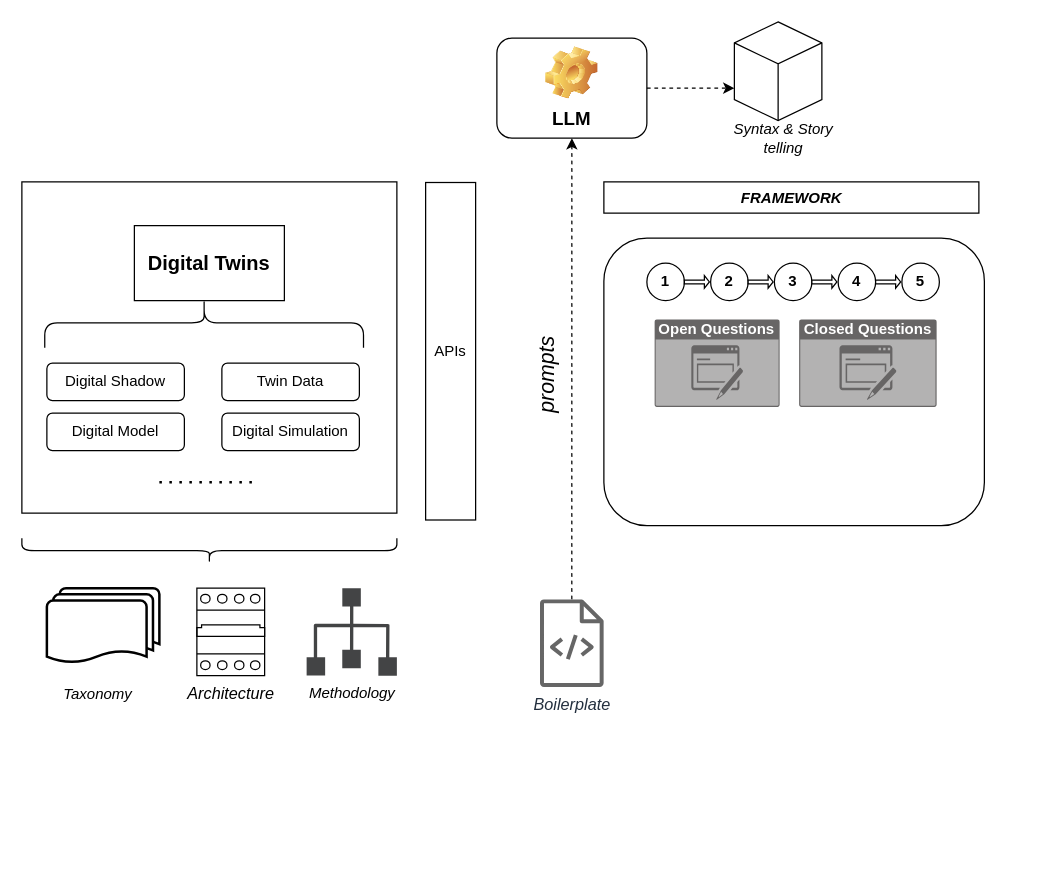
Above: drawio/mams/dd-twins/DDTwins_Architecture.drawio in scrodrig/Diagrams (draw.io), before the change. Source tidied: cells renumbered, new cells numbered last; positions are measured from the earlier drawing's top-left corner, leaving out a move shared by most shapes. Both pictures are drawn from the tidied source at 125%, with x=0, y=0 at pixel (21, 21).
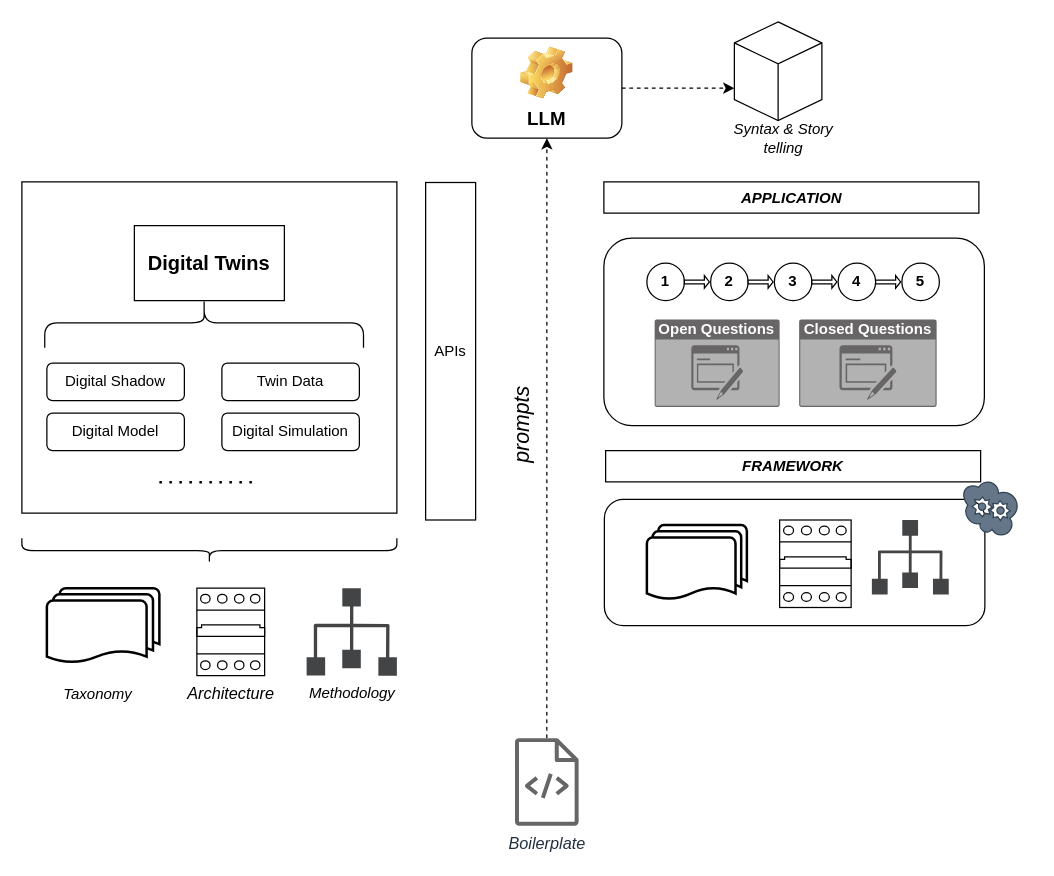
Above is the later version.

The edit, as a diff of the source:
```diff
@@
     <mxCell id="15" value="&lt;font style=&quot;font-size: 15px;&quot;&gt;LLM&lt;/font&gt;" style="label;whiteSpace=wrap;html=1;align=center;verticalAlign=bottom;spacingLeft=0;spacingBottom=4;imageAlign=center;imageVerticalAlign=top;image=img/clipart/Gear_128x128.png;" parent="1" vertex="1">
-      <mxGeometry x="380" y="13" width="120" height="80" as="geometry" />
+      <mxGeometry x="360" y="13" width="120" height="80" as="geometry" />
     </mxCell>
     <mxCell id="16" value="&lt;font style=&quot;font-size: 13px;&quot;&gt;&lt;i style=&quot;&quot;&gt;Boilerplate&lt;/i&gt;&lt;/font&gt;" style="sketch=0;outlineConnect=0;fontColor=#232F3E;gradientColor=none;fillColor=#666666;strokeColor=none;dashed=0;verticalLabelPosition=bottom;verticalAlign=top;align=center;html=1;fontSize=12;fontStyle=0;shape=mxgraph.aws4.source_code;fillStyle=solid;" parent="1" vertex="1">
-      <mxGeometry x="414.4" y="462" width="51.1" height="70" as="geometry" />
+      <mxGeometry x="394.4" y="573" width="51.1" height="70" as="geometry" />
     </mxCell>
@@
-    <mxCell id="24" value="&lt;b&gt;&lt;i&gt;FRAMEWORK&lt;/i&gt;&lt;/b&gt;" style="rounded=0;whiteSpace=wrap;html=1;" parent="1" vertex="1">
+    <mxCell id="24" value="&lt;b&gt;&lt;i&gt;APPLICATION&lt;/i&gt;&lt;/b&gt;" style="rounded=0;whiteSpace=wrap;html=1;" parent="1" vertex="1">
       <mxGeometry x="465.6" y="128" width="300" height="25" as="geometry" />
     </mxCell>
     <mxCell id="25" style="rounded=1;whiteSpace=wrap;html=1;" parent="1" vertex="1">
-      <mxGeometry x="465.6" y="173" width="304.4" height="230" as="geometry" />
+      <mxGeometry x="465.6" y="173" width="304.4" height="150" as="geometry" />
     </mxCell>
@@
+    <mxCell id="38" value="&lt;b&gt;&lt;i&gt;FRAMEWORK&lt;/i&gt;&lt;/b&gt;" style="rounded=0;whiteSpace=wrap;html=1;" parent="1" vertex="1">
+      <mxGeometry x="467" y="343" width="300" height="25" as="geometry" />
+    </mxCell>
+    <mxCell id="39" style="rounded=1;whiteSpace=wrap;html=1;" parent="1" vertex="1">
+      <mxGeometry x="466" y="382" width="304.4" height="101" as="geometry" />
+    </mxCell>
+    <mxCell id="40" style="strokeWidth=2;html=1;shape=mxgraph.flowchart.multi-document;whiteSpace=wrap;align=center;" parent="1" vertex="1">
+      <mxGeometry x="500" y="402.5" width="80" height="60" as="geometry" />
+    </mxCell>
+    <mxCell id="41" style="verticalLabelPosition=bottom;dashed=0;shadow=0;html=1;align=center;verticalAlign=top;shape=mxgraph.cabinets.cb_4p;" parent="1" vertex="1">
+      <mxGeometry x="606.2" y="398.5" width="57.2" height="70" as="geometry" />
+    </mxCell>
+    <mxCell id="42" style="sketch=0;shadow=0;dashed=0;html=1;strokeColor=none;fillColor=#434445;labelPosition=center;verticalLabelPosition=bottom;verticalAlign=top;align=center;shape=mxgraph.vvd.infrastructure;" parent="1" vertex="1">
+      <mxGeometry x="680" y="398.5" width="61.5" height="59.6" as="geometry" />
+    </mxCell>
+    <mxCell id="43" style="verticalLabelPosition=bottom;html=1;verticalAlign=top;align=center;strokeColor=#314354;fillColor=#647687;shape=mxgraph.azure.cloud_service;fontColor=#ffffff;rotation=45;" parent="1" vertex="1">
+      <mxGeometry x="750" y="368" width="50" height="40" as="geometry" />
+    </mxCell>
```
